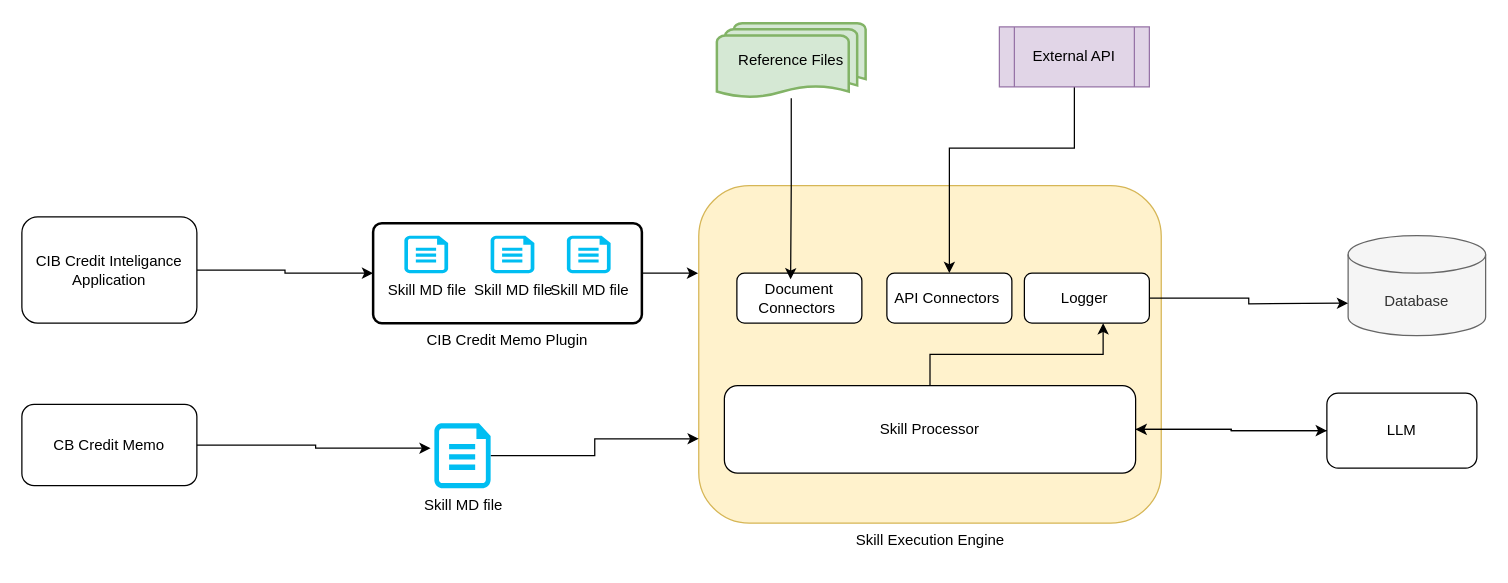
Above: Architecture Daigram.drawio in atulbachhav22/CreditMemoGenerationFramework (draw.io), before the change. Source tidied: cells renumbered, new cells numbered last; positions are measured from the earlier drawing's top-left corner, leaving out a move shared by most shapes. Both pictures are drawn from the tidied source at 125%, with x=0, y=0 at pixel (21, 22).
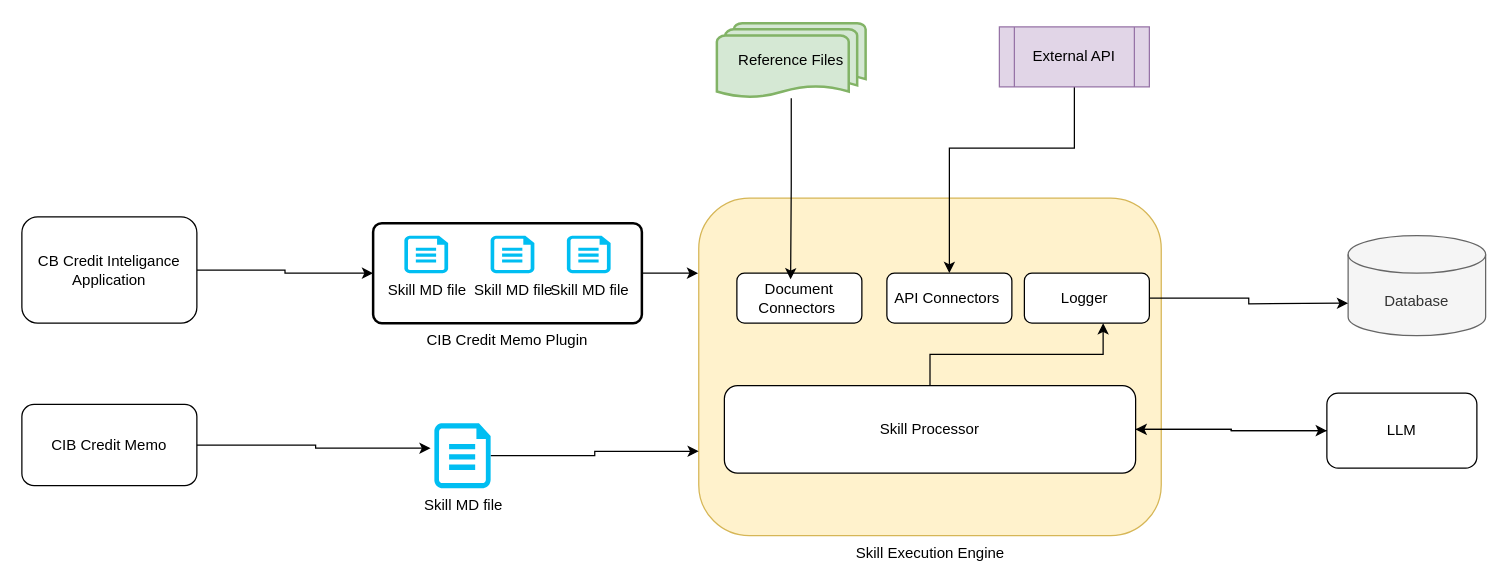
The same page after the edit.

The edit, as a diff of the source:
```diff
@@
     <mxCell id="2" value="Skill Execution Engine" style="rounded=1;whiteSpace=wrap;html=1;labelPosition=center;verticalLabelPosition=bottom;align=center;verticalAlign=top;fillColor=#fff2cc;strokeColor=#d6b656;" parent="1" vertex="1">
-      <mxGeometry x="541.5" y="130" width="370" height="270" as="geometry" />
+      <mxGeometry x="541.5" y="140" width="370" height="270" as="geometry" />
     </mxCell>
@@
-    <mxCell id="25" value="CIB Credit Inteligance Application" style="rounded=1;whiteSpace=wrap;html=1;" parent="1" vertex="1">
+    <mxCell id="25" value="CB Credit Inteligance Application" style="rounded=1;whiteSpace=wrap;html=1;" parent="1" vertex="1">
       <mxGeometry y="155" width="140" height="85" as="geometry" />
     </mxCell>
-    <mxCell id="26" value="CB Credit Memo" style="rounded=1;whiteSpace=wrap;html=1;" parent="1" vertex="1">
+    <mxCell id="26" value="CIB Credit Memo" style="rounded=1;whiteSpace=wrap;html=1;" parent="1" vertex="1">
       <mxGeometry y="305" width="140" height="65" as="geometry" />
     </mxCell>
```
